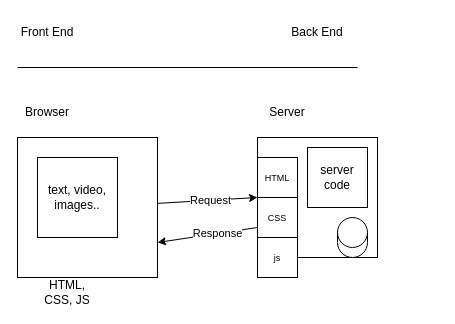
This is 2022-01-30 Introduction To Web Development/http.dio from TomerErel/jbc-2022-01-30-fullstack, a draw.io file, before an edit. Source tidied: cells renumbered, new cells numbered last; positions are measured from the earlier drawing's top-left corner, leaving out a move shared by most shapes. Both pictures are drawn from the tidied source at 100%, with x=0, y=0 at pixel (17, 17).
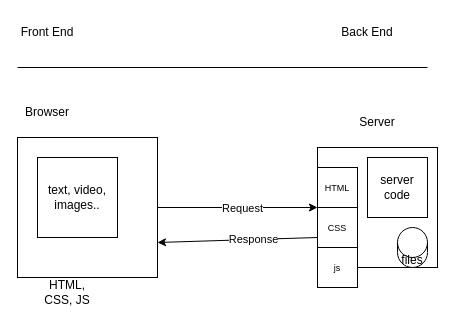
The same diagram, later.

Diff of the diagram source:
```diff
@@
     <mxCell id="2" style="endArrow=none;html=1;" parent="1" edge="1">
       <mxGeometry relative="1" as="geometry">
         <mxPoint y="50" as="sourcePoint" />
-        <mxPoint x="340" y="50" as="targetPoint" />
+        <mxPoint x="410" y="50" as="targetPoint" />
       </mxGeometry>
     </mxCell>
@@
     <mxCell id="4" value="Back End" style="text;html=1;strokeColor=none;fillColor=none;align=center;verticalAlign=middle;whiteSpace=wrap;rounded=0;" parent="1" vertex="1">
-      <mxGeometry x="270" width="60" height="30" as="geometry" />
+      <mxGeometry x="320" width="60" height="30" as="geometry" />
     </mxCell>
@@
     <mxCell id="11" style="whiteSpace=wrap;html=1;" parent="1" vertex="1">
-      <mxGeometry x="240" y="120" width="120" height="120" as="geometry" />
+      <mxGeometry x="300" y="130" width="120" height="120" as="geometry" />
     </mxCell>
     <mxCell id="12" value="Server" style="text;html=1;strokeColor=none;fillColor=none;align=center;verticalAlign=middle;whiteSpace=wrap;rounded=0;" parent="1" vertex="1">
-      <mxGeometry x="240" y="80" width="60" height="30" as="geometry" />
+      <mxGeometry x="330" y="90" width="60" height="30" as="geometry" />
     </mxCell>
@@
     <mxCell id="14" value="server code" style="whiteSpace=wrap;html=1;" parent="1" vertex="1">
-      <mxGeometry x="290" y="130" width="60" height="60" as="geometry" />
+      <mxGeometry x="350" y="140" width="60" height="60" as="geometry" />
     </mxCell>
-    <mxCell id="15" style="shape=cylinder3;whiteSpace=wrap;html=1;boundedLbl=1;backgroundOutline=1;size=15;" parent="1" vertex="1">
-      <mxGeometry x="320" y="200" width="30" height="40" as="geometry" />
+    <mxCell id="15" value="files" style="shape=cylinder3;whiteSpace=wrap;html=1;boundedLbl=1;backgroundOutline=1;size=15;" parent="1" vertex="1">
+      <mxGeometry x="380" y="210" width="30" height="40" as="geometry" />
     </mxCell>
@@
     <mxCell id="17" value="&lt;font style=&quot;font-size: 9px&quot;&gt;HTML&lt;/font&gt;" style="whiteSpace=wrap;html=1;" parent="1" vertex="1">
-      <mxGeometry x="240" y="140" width="40" height="40" as="geometry" />
+      <mxGeometry x="300" y="150" width="40" height="40" as="geometry" />
     </mxCell>
     <mxCell id="18" value="&lt;font style=&quot;font-size: 9px&quot;&gt;CSS&lt;/font&gt;" style="whiteSpace=wrap;html=1;" parent="1" vertex="1">
-      <mxGeometry x="240" y="180" width="40" height="40" as="geometry" />
+      <mxGeometry x="300" y="190" width="40" height="40" as="geometry" />
     </mxCell>
     <mxCell id="19" value="&lt;font style=&quot;font-size: 9px&quot;&gt;js&lt;/font&gt;" style="whiteSpace=wrap;html=1;" parent="1" vertex="1">
-      <mxGeometry x="240" y="220" width="40" height="40" as="geometry" />
+      <mxGeometry x="300" y="230" width="40" height="40" as="geometry" />
     </mxCell>
```
